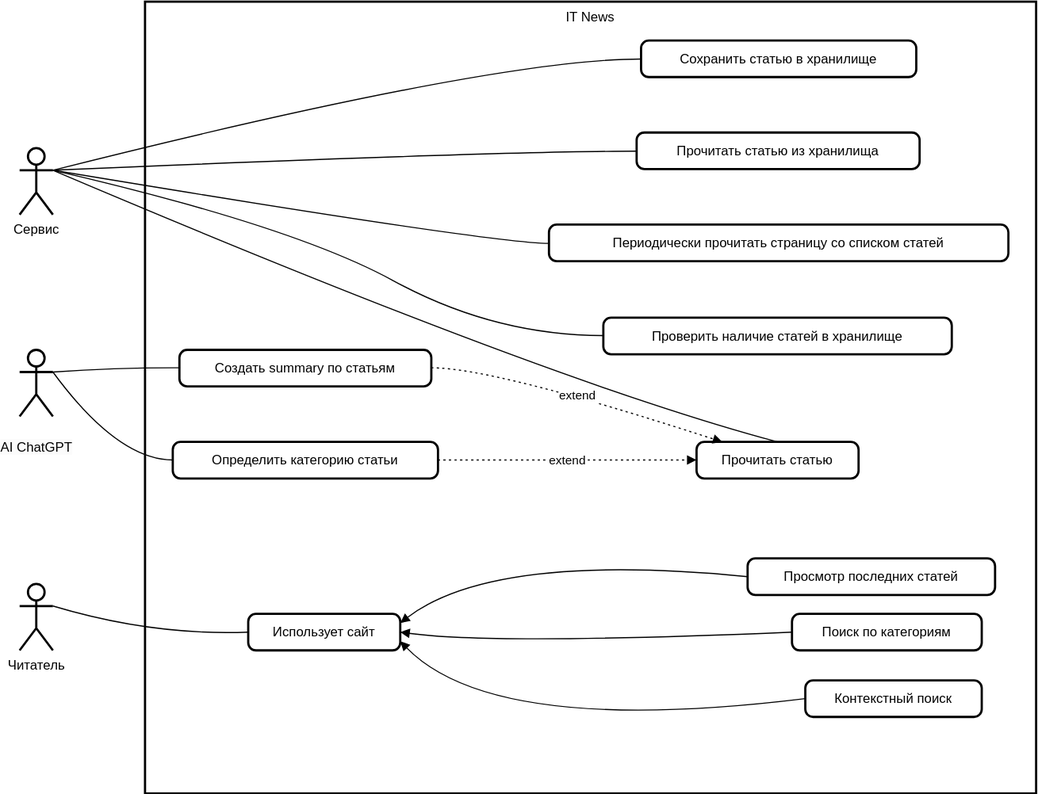
Above: Диаграммы/useCase.svg in 0hJonny/Diplom_60701_ (draw.io), before the change. Source tidied: cells renumbered, new cells last; positions are measured from the earlier drawing's top-left corner, leaving out a move shared by most shapes.
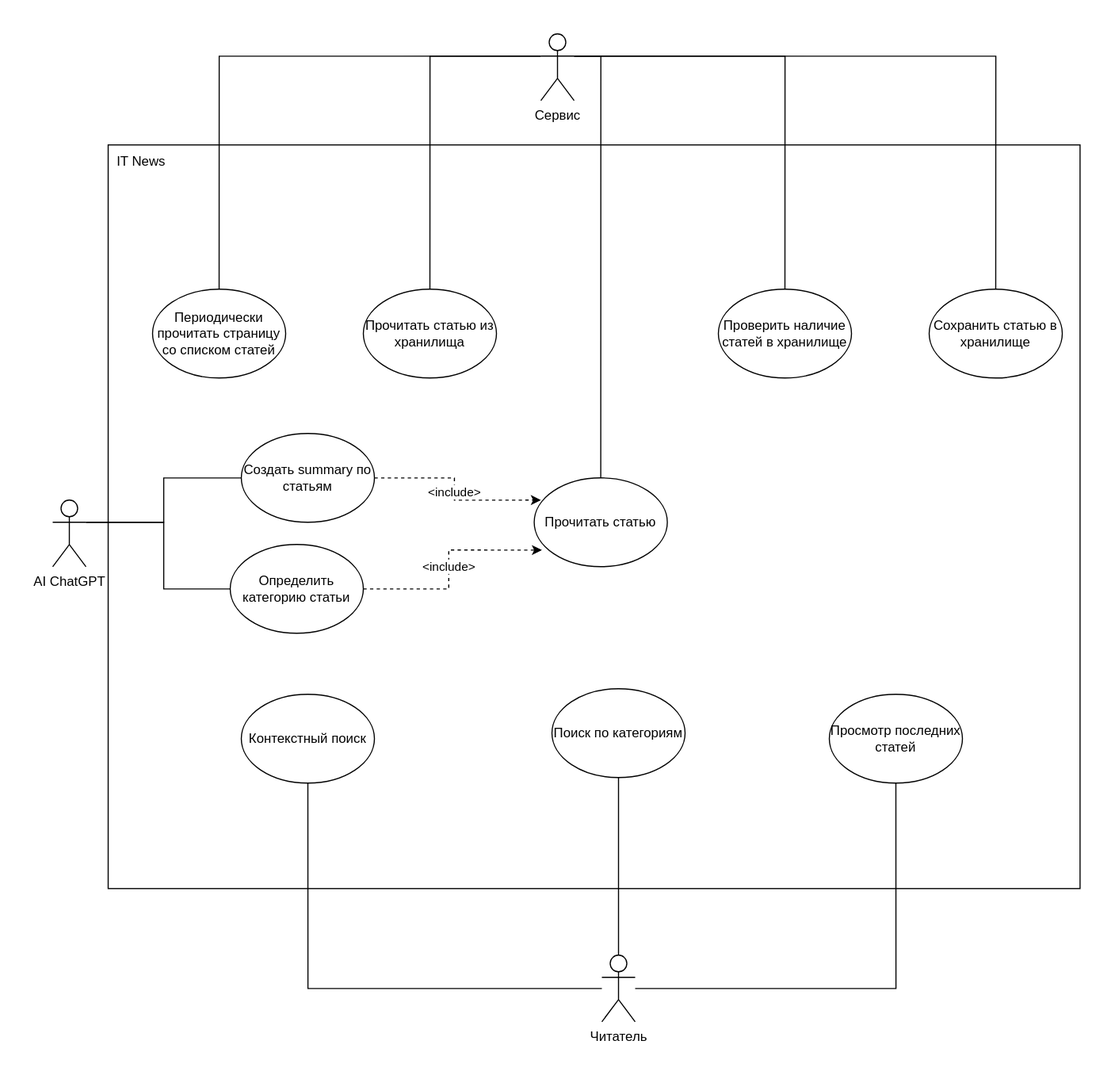
Later version of the same file.

Change to the diagram source:
```diff
@@ -2,138 +2,91 @@
   <root>
     <mxCell id="0" />
     <mxCell id="1" parent="0" />
+    <mxCell id="30" value="&lt;p style=&quot;line-height: 110%;&quot;&gt;&lt;br&gt;&lt;/p&gt;" style="rounded=0;whiteSpace=wrap;html=1;" parent="1" vertex="1">
+      <mxGeometry x="-960" y="12" width="876" height="670" as="geometry" />
+    </mxCell>
-    <mxCell id="2" value="IT News" style="whiteSpace=wrap;strokeWidth=2;verticalAlign=top;" parent="1" vertex="1">
-      <mxGeometry x="113" width="803" height="714" as="geometry" />
+    <mxCell id="2" value="IT News" style="text;html=1;strokeColor=none;fillColor=none;align=center;verticalAlign=middle;whiteSpace=wrap;rounded=0;" parent="1" vertex="1">
+      <mxGeometry x="-960" y="12" width="60" height="30" as="geometry" />
     </mxCell>
-    <mxCell id="3" value="Сохранить статью в хранилище" style="rounded=1;absoluteArcSize=1;arcSize=14;whiteSpace=wrap;strokeWidth=2;" parent="1" vertex="1">
-      <mxGeometry x="560" y="35" width="248" height="33" as="geometry" />
+    <mxCell id="3" value="Сохранить статью в хранилище" style="ellipse;whiteSpace=wrap;html=1;" parent="1" vertex="1">
+      <mxGeometry x="-220" y="142" width="120" height="80" as="geometry" />
     </mxCell>
-    <mxCell id="4" value="Прочитать статью из хранилища" style="rounded=1;absoluteArcSize=1;arcSize=14;whiteSpace=wrap;strokeWidth=2;" parent="1" vertex="1">
-      <mxGeometry x="556" y="118" width="255" height="33" as="geometry" />
+    <mxCell id="4" value="Прочитать статью из хранилища" style="ellipse;whiteSpace=wrap;html=1;" parent="1" vertex="1">
+      <mxGeometry x="-730" y="142" width="120" height="80" as="geometry" />
     </mxCell>
-    <mxCell id="5" value="Создать summary по статьям" style="rounded=1;absoluteArcSize=1;arcSize=14;whiteSpace=wrap;strokeWidth=2;" parent="1" vertex="1">
-      <mxGeometry x="144" y="314" width="227" height="33" as="geometry" />
-    </mxCell>
-    <mxCell id="6" value="Определить категорию статьи" style="rounded=1;absoluteArcSize=1;arcSize=14;whiteSpace=wrap;strokeWidth=2;" parent="1" vertex="1">
-      <mxGeometry x="138" y="397" width="239" height="33" as="geometry" />
-    </mxCell>
-    <mxCell id="7" value="Периодически прочитать страницу со списком статей" style="rounded=1;absoluteArcSize=1;arcSize=14;whiteSpace=wrap;strokeWidth=2;" parent="1" vertex="1">
-      <mxGeometry x="477" y="201" width="414" height="33" as="geometry" />
+    <mxCell id="7" value="Периодически прочитать страницу со списком статей" style="ellipse;whiteSpace=wrap;html=1;" parent="1" vertex="1">
+      <mxGeometry x="-920" y="142" width="120" height="80" as="geometry" />
     </mxCell>
-    <mxCell id="8" value="Проверить наличие статей в хранилище" style="rounded=1;absoluteArcSize=1;arcSize=14;whiteSpace=wrap;strokeWidth=2;" parent="1" vertex="1">
-      <mxGeometry x="526" y="285" width="314" height="33" as="geometry" />
+    <mxCell id="8" value="Проверить наличие статей в хранилище" style="ellipse;whiteSpace=wrap;html=1;" parent="1" vertex="1">
+      <mxGeometry x="-410" y="142" width="120" height="80" as="geometry" />
     </mxCell>
-    <mxCell id="9" value="Прочитать статью" style="rounded=1;absoluteArcSize=1;arcSize=14;whiteSpace=wrap;strokeWidth=2;" parent="1" vertex="1">
-      <mxGeometry x="610" y="397" width="146" height="33" as="geometry" />
+    <mxCell id="9" value="Прочитать статью" style="ellipse;whiteSpace=wrap;html=1;" parent="1" vertex="1">
+      <mxGeometry x="-576" y="312" width="120" height="80" as="geometry" />
     </mxCell>
-    <mxCell id="10" value="Использует сайт" style="rounded=1;absoluteArcSize=1;arcSize=14;whiteSpace=wrap;strokeWidth=2;" parent="1" vertex="1">
-      <mxGeometry x="206" y="552" width="137" height="33" as="geometry" />
-    </mxCell>
+    <mxCell id="5" value="Создать summary по статьям" style="ellipse;whiteSpace=wrap;html=1;" parent="1" vertex="1">
+      <mxGeometry x="-840" y="272" width="120" height="80" as="geometry" />
+    </mxCell>
+    <mxCell id="18" value="&amp;lt;include&amp;gt;" style="edgeStyle=orthogonalEdgeStyle;rounded=0;jettySize=auto;html=1;entryX=0.058;entryY=0.813;entryDx=0;entryDy=0;entryPerimeter=0;dashed=1;" parent="1" edge="1" source="6" target="9">
+      <mxGeometry x="-0.01" relative="1" as="geometry" />
+    </mxCell>
+    <mxCell id="6" value="Определить категорию статьи" style="ellipse;whiteSpace=wrap;html=1;" parent="1" vertex="1">
+      <mxGeometry x="-850" y="372" width="120" height="80" as="geometry" />
+    </mxCell>
+    <mxCell id="17" value="&lt;span style=&quot;color: rgb(0, 0, 0); font-family: Helvetica; font-size: 11px; font-style: normal; font-variant-ligatures: normal; font-variant-caps: normal; font-weight: 400; letter-spacing: normal; orphans: 2; text-align: center; text-indent: 0px; text-transform: none; widows: 2; word-spacing: 0px; -webkit-text-stroke-width: 0px; background-color: rgb(255, 255, 255); text-decoration-thickness: initial; text-decoration-style: initial; text-decoration-color: initial; float: none; display: inline !important;&quot;&gt;&amp;lt;include&amp;gt;&lt;/span&gt;" style="edgeStyle=orthogonalEdgeStyle;rounded=0;jettySize=auto;html=1;entryX=0.05;entryY=0.25;entryDx=0;entryDy=0;entryPerimeter=0;dashed=1;" parent="1" edge="1" source="5" target="9">
+      <mxGeometry relative="1" as="geometry" />
+    </mxCell>
-    <mxCell id="11" value="Просмотр последних статей" style="rounded=1;absoluteArcSize=1;arcSize=14;whiteSpace=wrap;strokeWidth=2;" parent="1" vertex="1">
-      <mxGeometry x="656" y="502" width="223" height="33" as="geometry" />
+    <mxCell id="11" value="Просмотр последних статей" style="ellipse;whiteSpace=wrap;html=1;" parent="1" vertex="1">
+      <mxGeometry x="-310" y="507" width="120" height="80" as="geometry" />
     </mxCell>
-    <mxCell id="12" value="Поиск по категориям" style="rounded=1;absoluteArcSize=1;arcSize=14;whiteSpace=wrap;strokeWidth=2;" parent="1" vertex="1">
-      <mxGeometry x="696" y="552" width="171" height="33" as="geometry" />
+    <mxCell id="12" value="Поиск по категориям" style="ellipse;whiteSpace=wrap;html=1;" parent="1" vertex="1">
+      <mxGeometry x="-560" y="502" width="120" height="80" as="geometry" />
     </mxCell>
-    <mxCell id="13" value="Контекстный поиск" style="rounded=1;absoluteArcSize=1;arcSize=14;whiteSpace=wrap;strokeWidth=2;" parent="1" vertex="1">
-      <mxGeometry x="708" y="612" width="159" height="33" as="geometry" />
+    <mxCell id="13" value="Контекстный поиск" style="ellipse;whiteSpace=wrap;html=1;" parent="1" vertex="1">
+      <mxGeometry x="-840" y="507" width="120" height="80" as="geometry" />
     </mxCell>
-    <mxCell id="14" style="curved=1;startArrow=none;endArrow=block;exitX=0;exitY=0.5;entryX=1;entryY=0.25;rounded=0;entryDx=0;entryDy=0;exitDx=0;exitDy=0;" parent="1" edge="1" source="11" target="10">
-      <mxGeometry relative="1" as="geometry">
-        <Array as="points">
-          <mxPoint x="427" y="496" />
-        </Array>
-      </mxGeometry>
-    </mxCell>
-    <mxCell id="15" style="curved=1;startArrow=none;endArrow=block;exitX=0;exitY=0.5;entryX=1;entryY=0.5;rounded=0;entryDx=0;entryDy=0;exitDx=0;exitDy=0;" parent="1" edge="1" source="12" target="10">
-      <mxGeometry relative="1" as="geometry">
-        <Array as="points">
-          <mxPoint x="427" y="580" />
-        </Array>
-      </mxGeometry>
-    </mxCell>
-    <mxCell id="16" style="curved=1;startArrow=none;endArrow=block;exitX=0;exitY=0.5;entryX=1;entryY=0.75;rounded=0;entryDx=0;entryDy=0;exitDx=0;exitDy=0;" parent="1" edge="1" source="13" target="10">
-      <mxGeometry relative="1" as="geometry">
-        <Array as="points">
-          <mxPoint x="427" y="663" />
-        </Array>
-      </mxGeometry>
-    </mxCell>
-    <mxCell id="17" value="extend" style="curved=1;dashed=1;dashPattern=2 3;startArrow=none;endArrow=block;exitX=1.0009866454002616;exitY=0.4898992596250592;entryX=0.1536941896945461;entryY=-0.008080511382131866;rounded=0;" parent="1" edge="1" source="5" target="9">
-      <mxGeometry relative="1" as="geometry">
-        <Array as="points">
-          <mxPoint x="427" y="330" />
-        </Array>
-      </mxGeometry>
-    </mxCell>
-    <mxCell id="18" value="extend" style="curved=1;dashed=1;dashPattern=2 3;startArrow=none;endArrow=block;exitX=1.0001351583951688;exitY=0.49393971761067706;entryX=0.0028325956161708047;entryY=0.49393971761067706;rounded=0;" parent="1" edge="1" source="6" target="9">
-      <mxGeometry relative="1" as="geometry" />
-    </mxCell>
-    <mxCell id="19" style="curved=1;startArrow=none;endArrow=none;exitX=1;exitY=0.3333333333333333;entryX=-0.0019541094380040322;entryY=0.5060606869784269;rounded=0;exitDx=0;exitDy=0;exitPerimeter=0;" parent="1" edge="1" source="29" target="3">
-      <mxGeometry relative="1" as="geometry">
-        <Array as="points">
-          <mxPoint x="427" y="52" />
-        </Array>
-      </mxGeometry>
-    </mxCell>
+    <mxCell id="31" style="edgeStyle=orthogonalEdgeStyle;rounded=0;jettySize=auto;html=1;entryX=0.5;entryY=1;entryDx=0;entryDy=0;endArrow=none;endFill=0;" parent="1" edge="1" source="27" target="13">
+      <mxGeometry relative="1" as="geometry" />
+    </mxCell>
+    <mxCell id="32" style="edgeStyle=orthogonalEdgeStyle;rounded=0;jettySize=auto;html=1;endArrow=none;endFill=0;" parent="1" edge="1" source="27" target="12">
+      <mxGeometry relative="1" as="geometry" />
+    </mxCell>
+    <mxCell id="33" style="edgeStyle=orthogonalEdgeStyle;rounded=0;jettySize=auto;html=1;endArrow=none;endFill=0;" parent="1" edge="1" source="27" target="11">
+      <mxGeometry relative="1" as="geometry" />
+    </mxCell>
+    <mxCell id="27" value="Читатель" style="shape=umlActor;verticalLabelPosition=bottom;verticalAlign=top;html=1;outlineConnect=0;" parent="1" vertex="1">
+      <mxGeometry x="-515" y="742" width="30" height="60" as="geometry" />
+    </mxCell>
+    <mxCell id="22" style="edgeStyle=orthogonalEdgeStyle;rounded=0;jettySize=auto;html=1;entryX=0.5;entryY=0;entryDx=0;entryDy=0;exitX=0;exitY=0.3333333333333333;exitDx=0;exitDy=0;exitPerimeter=0;endArrow=none;endFill=0;" parent="1" edge="1" source="29" target="7">
+      <mxGeometry relative="1" as="geometry" />
+    </mxCell>
-    <mxCell id="20" style="curved=1;startArrow=none;endArrow=none;exitX=1;exitY=0.3333333333333333;entryX=0.0010795144473805147;entryY=0.5101011449640448;rounded=0;exitDx=0;exitDy=0;exitPerimeter=0;" parent="1" edge="1" source="29" target="4">
-      <mxGeometry relative="1" as="geometry">
-        <Array as="points">
-          <mxPoint x="427" y="135" />
-        </Array>
-      </mxGeometry>
+    <mxCell id="20" style="edgeStyle=orthogonalEdgeStyle;rounded=0;jettySize=auto;html=1;exitX=0;exitY=0.3333333333333333;exitDx=0;exitDy=0;exitPerimeter=0;endArrow=none;endFill=0;" parent="1" edge="1" source="29" target="4">
+      <mxGeometry relative="1" as="geometry" />
     </mxCell>
-    <mxCell id="21" style="curved=1;startArrow=none;endArrow=none;exitX=1;exitY=0.3333333333333333;entryX=0.0014298554438694267;entryY=0.48787903063225024;rounded=0;exitDx=0;exitDy=0;exitPerimeter=0;" parent="1" edge="1" source="29" target="8">
-      <mxGeometry relative="1" as="geometry">
-        <Array as="points">
-          <mxPoint x="246" y="202" />
-          <mxPoint x="427" y="301" />
-        </Array>
-      </mxGeometry>
+    <mxCell id="21" style="edgeStyle=orthogonalEdgeStyle;rounded=0;jettySize=auto;html=1;entryX=0.5;entryY=0;entryDx=0;entryDy=0;exitX=1;exitY=0.3333333333333333;exitDx=0;exitDy=0;exitPerimeter=0;endArrow=none;endFill=0;" parent="1" edge="1" source="29" target="8">
+      <mxGeometry relative="1" as="geometry" />
     </mxCell>
-    <mxCell id="22" style="curved=1;startArrow=none;endArrow=none;exitX=1;exitY=0.3333333333333333;entryX=-0.0011699510657269022;entryY=0.5141416029496626;rounded=0;exitDx=0;exitDy=0;exitPerimeter=0;" parent="1" edge="1" source="29" target="7">
-      <mxGeometry relative="1" as="geometry">
-        <Array as="points">
-          <mxPoint x="427" y="218" />
-        </Array>
-      </mxGeometry>
-    </mxCell>
-    <mxCell id="23" style="curved=1;startArrow=none;endArrow=none;exitX=1;exitY=0.3333333333333333;entryX=0.5;entryY=0;rounded=0;entryDx=0;entryDy=0;exitDx=0;exitDy=0;exitPerimeter=0;" parent="1" edge="1" source="29" target="9">
-      <mxGeometry relative="1" as="geometry">
-        <Array as="points">
-          <mxPoint x="476" y="342" />
-        </Array>
-      </mxGeometry>
+    <mxCell id="23" style="edgeStyle=orthogonalEdgeStyle;rounded=0;jettySize=auto;html=1;entryX=0.5;entryY=0;entryDx=0;entryDy=0;exitX=1;exitY=0.3333333333333333;exitDx=0;exitDy=0;exitPerimeter=0;endArrow=none;endFill=0;" parent="1" edge="1" source="29" target="9">
+      <mxGeometry relative="1" as="geometry" />
     </mxCell>
-    <mxCell id="24" style="curved=1;startArrow=none;endArrow=none;exitX=1;exitY=0.3333333333333333;entryX=0;entryY=0.5;rounded=0;exitDx=0;exitDy=0;exitPerimeter=0;entryDx=0;entryDy=0;" parent="1" edge="1" source="27" target="10">
-      <mxGeometry relative="1" as="geometry">
-        <Array as="points">
-          <mxPoint x="120" y="572" />
-        </Array>
-      </mxGeometry>
-    </mxCell>
+    <mxCell id="29" value="Сервис" style="shape=umlActor;verticalLabelPosition=bottom;verticalAlign=top;html=1;outlineConnect=0;" parent="1" vertex="1">
+      <mxGeometry x="-570" y="-88" width="30" height="60" as="geometry" />
+    </mxCell>
-    <mxCell id="25" style="curved=1;startArrow=none;endArrow=none;exitX=1;exitY=0.3333333333333333;entryX=-0.000041272671737334804;entryY=0.4898992596250592;rounded=0;exitDx=0;exitDy=0;exitPerimeter=0;" parent="1" edge="1" source="28" target="5">
-      <mxGeometry relative="1" as="geometry">
-        <Array as="points">
-          <mxPoint x="88" y="330" />
-        </Array>
-      </mxGeometry>
+    <mxCell id="25" style="edgeStyle=orthogonalEdgeStyle;rounded=0;jettySize=auto;html=1;exitX=1;exitY=0.3333333333333333;exitDx=0;exitDy=0;exitPerimeter=0;endArrow=none;endFill=0;" parent="1" edge="1" source="28" target="5">
+      <mxGeometry relative="1" as="geometry" />
     </mxCell>
-    <mxCell id="26" style="curved=1;startArrow=none;endArrow=none;exitX=1;exitY=0.3333333333333333;entryX=0.0007627479202078974;entryY=0.49393971761067706;rounded=0;exitDx=0;exitDy=0;exitPerimeter=0;" parent="1" edge="1" source="28" target="6">
+    <mxCell id="26" style="edgeStyle=orthogonalEdgeStyle;rounded=0;jettySize=auto;html=1;exitX=1;exitY=0.3333333333333333;exitDx=0;exitDy=0;exitPerimeter=0;endArrow=none;endFill=0;" parent="1" edge="1" source="28" target="6">
       <mxGeometry relative="1" as="geometry">
         <Array as="points">
-          <mxPoint x="88" y="413" />
+          <mxPoint x="-910" y="352" />
+          <mxPoint x="-910" y="412" />
         </Array>
       </mxGeometry>
     </mxCell>
-    <mxCell id="27" value="Читатель" style="shape=umlActor;verticalLabelPosition=bottom;verticalAlign=top;html=1;outlineConnect=0;strokeColor=default;strokeWidth=2;align=center;fontFamily=Helvetica;fontSize=12;fontColor=default;fillColor=default;" parent="1" vertex="1">
-      <mxGeometry y="525" width="30" height="60" as="geometry" />
-    </mxCell>
-    <mxCell id="28" value="&#10;&lt;span style=&quot;color: rgb(0, 0, 0); font-family: Helvetica; font-size: 12px; font-style: normal; font-variant-ligatures: normal; font-variant-caps: normal; font-weight: 400; letter-spacing: normal; orphans: 2; text-align: center; text-indent: 0px; text-transform: none; widows: 2; word-spacing: 0px; -webkit-text-stroke-width: 0px; background-color: rgb(251, 251, 251); text-decoration-thickness: initial; text-decoration-style: initial; text-decoration-color: initial; float: none; display: inline !important;&quot;&gt;AI ChatGPT&lt;/span&gt;&#10;&#10;" style="shape=umlActor;verticalLabelPosition=bottom;verticalAlign=top;html=1;outlineConnect=0;strokeColor=default;strokeWidth=2;align=center;fontFamily=Helvetica;fontSize=12;fontColor=default;fillColor=default;" parent="1" vertex="1">
-      <mxGeometry y="314" width="30" height="60" as="geometry" />
+    <mxCell id="28" value="AI ChatGPT" style="shape=umlActor;verticalLabelPosition=bottom;verticalAlign=top;html=1;outlineConnect=0;" parent="1" vertex="1">
+      <mxGeometry x="-1010" y="332" width="30" height="60" as="geometry" />
     </mxCell>
-    <mxCell id="29" value="Сервис" style="shape=umlActor;verticalLabelPosition=bottom;verticalAlign=top;html=1;outlineConnect=0;strokeColor=default;strokeWidth=2;align=center;fontFamily=Helvetica;fontSize=12;fontColor=default;fillColor=default;" parent="1" vertex="1">
-      <mxGeometry y="132" width="30" height="60" as="geometry" />
-    </mxCell>
+    <mxCell id="19" style="edgeStyle=orthogonalEdgeStyle;rounded=0;jettySize=auto;html=1;entryX=0.5;entryY=0;entryDx=0;entryDy=0;exitX=1;exitY=0.3333333333333333;exitDx=0;exitDy=0;exitPerimeter=0;endArrow=none;endFill=0;" parent="1" edge="1" source="29" target="3">
+      <mxGeometry relative="1" as="geometry" />
+    </mxCell>
   </root>
 </mxGraphModel>
```
